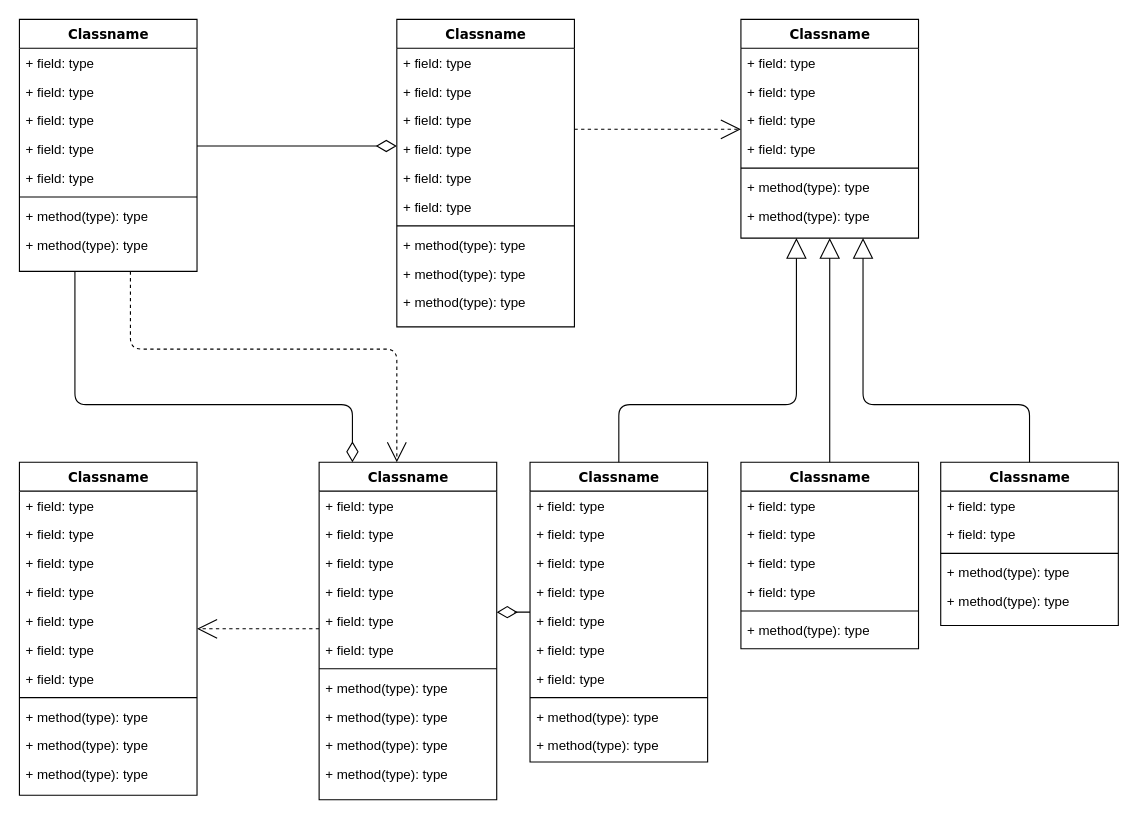
This is SmartBiz-DFD Diagram.drawio from Sandeep-Webnexus/SmartBiz-Sandeep, a draw.io file, before an edit. Source tidied: cells renumbered, new cells numbered last; positions are measured from the earlier drawing's top-left corner, leaving out a move shared by most shapes. Both pictures are drawn from the tidied source at 111%, with x=0, y=0 at pixel (19, 19).
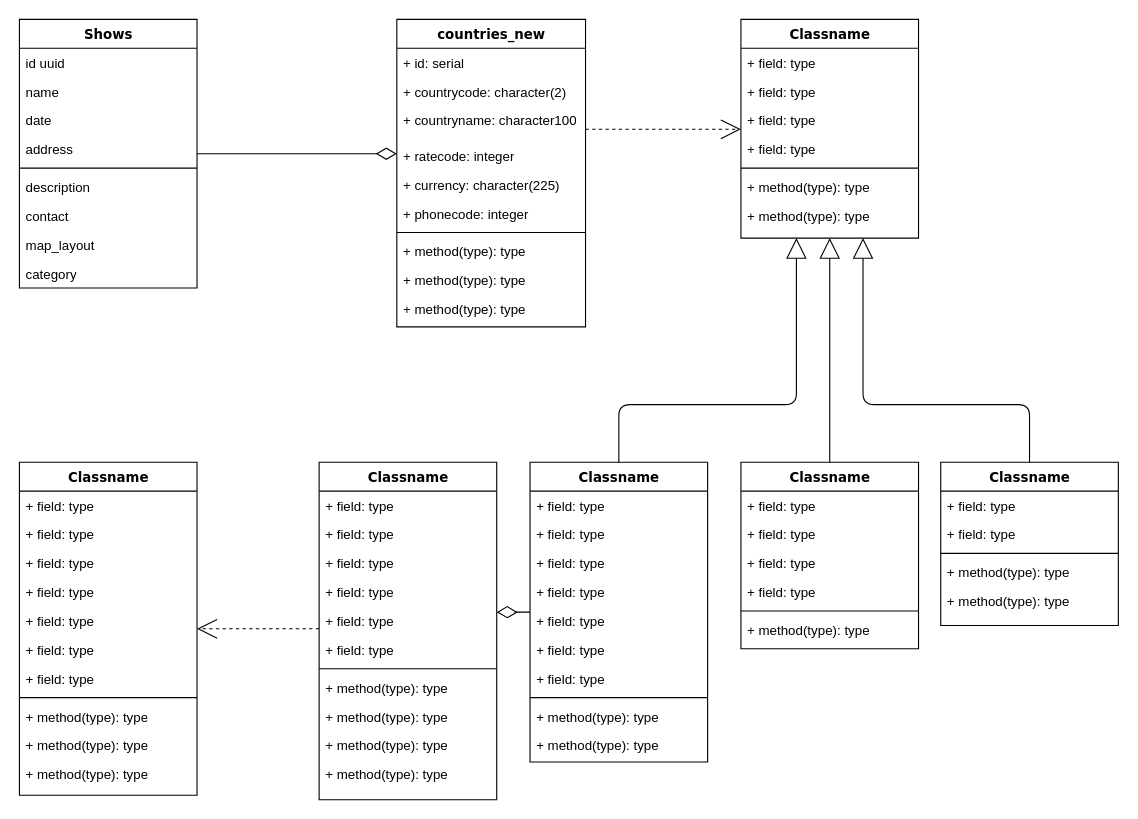
After the change.

Unchanged cells that the change refers to:
```xml
<mxCell id="47" value="Classname" style="swimlane;html=1;fontStyle=1;align=center;verticalAlign=top;horizontal=1;startSize=26;swimlaneFillColor=#ffffff;rounded=0;shadow=0;comic=0;labelBackgroundColor=none;strokeWidth=1;fillColor=none;fontFamily=Verdana;fontSize=12;" parent="1" vertex="1">
  <mxGeometry x="270" y="399" width="160" height="304" as="geometry" />
</mxCell>
```

Diff of the diagram source:
```diff
@@
-    <mxCell id="2" style="edgeStyle=orthogonalEdgeStyle;html=1;labelBackgroundColor=none;startFill=0;startSize=8;endArrow=open;endFill=0;endSize=16;fontFamily=Verdana;fontSize=12;dashed=1;" parent="1" edge="1" source="4" target="47">
-      <mxGeometry relative="1" as="geometry">
-        <Array as="points">
-          <mxPoint x="100" y="297" />
-          <mxPoint x="340" y="297" />
-        </Array>
-      </mxGeometry>
-    </mxCell>
-    <mxCell id="3" style="edgeStyle=orthogonalEdgeStyle;html=1;labelBackgroundColor=none;startFill=0;startSize=8;endArrow=diamondThin;endFill=0;endSize=16;fontFamily=Verdana;fontSize=12;" parent="1" edge="1" source="4" target="47">
-      <mxGeometry relative="1" as="geometry">
-        <Array as="points">
-          <mxPoint x="50" y="347" />
-          <mxPoint x="300" y="347" />
-        </Array>
-      </mxGeometry>
-    </mxCell>
-    <mxCell id="4" value="Classname" style="swimlane;html=1;fontStyle=1;align=center;verticalAlign=top;horizontal=1;startSize=26;swimlaneFillColor=#ffffff;rounded=0;shadow=0;comic=0;labelBackgroundColor=none;strokeWidth=1;fillColor=none;fontFamily=Verdana;fontSize=12;" parent="1" vertex="1">
-      <mxGeometry width="160" height="227" as="geometry" />
+    <mxCell id="4" value="Shows" style="swimlane;html=1;fontStyle=1;align=center;verticalAlign=top;horizontal=1;startSize=26;swimlaneFillColor=#ffffff;rounded=0;shadow=0;comic=0;labelBackgroundColor=none;strokeWidth=1;fillColor=none;fontFamily=Verdana;fontSize=12;" parent="1" vertex="1">
+      <mxGeometry width="160" height="242" as="geometry" />
     </mxCell>
-    <mxCell id="5" value="+ field: type" style="text;html=1;strokeColor=none;fillColor=none;align=left;verticalAlign=top;spacingLeft=4;spacingRight=4;whiteSpace=wrap;overflow=hidden;" parent="4" vertex="1">
-      <mxGeometry y="26" width="160" height="26" as="geometry" />
-    </mxCell>
-    <mxCell id="6" value="+ field: type" style="text;html=1;strokeColor=none;fillColor=none;align=left;verticalAlign=top;spacingLeft=4;spacingRight=4;whiteSpace=wrap;overflow=hidden;" parent="4" vertex="1">
-      <mxGeometry y="52" width="160" height="26" as="geometry" />
+    <mxCell id="6" value="id uuid" style="text;html=1;strokeColor=none;fillColor=none;align=left;verticalAlign=top;spacingLeft=4;spacingRight=4;whiteSpace=wrap;overflow=hidden;" parent="4" vertex="1">
+      <mxGeometry y="26" width="160" height="26" as="geometry" />
     </mxCell>
-    <mxCell id="7" value="+ field: type" style="text;html=1;strokeColor=none;fillColor=none;align=left;verticalAlign=top;spacingLeft=4;spacingRight=4;whiteSpace=wrap;overflow=hidden;" parent="4" vertex="1">
-      <mxGeometry y="78" width="160" height="26" as="geometry" />
+    <mxCell id="7" value="name" style="text;html=1;strokeColor=none;fillColor=none;align=left;verticalAlign=top;spacingLeft=4;spacingRight=4;whiteSpace=wrap;overflow=hidden;" parent="4" vertex="1">
+      <mxGeometry y="52" width="160" height="26" as="geometry" />
     </mxCell>
-    <mxCell id="8" value="+ field: type" style="text;html=1;strokeColor=none;fillColor=none;align=left;verticalAlign=top;spacingLeft=4;spacingRight=4;whiteSpace=wrap;overflow=hidden;" parent="4" vertex="1">
-      <mxGeometry y="104" width="160" height="26" as="geometry" />
+    <mxCell id="8" value="date" style="text;html=1;strokeColor=none;fillColor=none;align=left;verticalAlign=top;spacingLeft=4;spacingRight=4;whiteSpace=wrap;overflow=hidden;" parent="4" vertex="1">
+      <mxGeometry y="78" width="160" height="26" as="geometry" />
     </mxCell>
-    <mxCell id="9" value="+ field: type" style="text;html=1;strokeColor=none;fillColor=none;align=left;verticalAlign=top;spacingLeft=4;spacingRight=4;whiteSpace=wrap;overflow=hidden;" parent="4" vertex="1">
-      <mxGeometry y="130" width="160" height="26" as="geometry" />
+    <mxCell id="9" value="address" style="text;html=1;strokeColor=none;fillColor=none;align=left;verticalAlign=top;spacingLeft=4;spacingRight=4;whiteSpace=wrap;overflow=hidden;" parent="4" vertex="1">
+      <mxGeometry y="104" width="160" height="26" as="geometry" />
     </mxCell>
     <mxCell id="10" style="line;html=1;strokeWidth=1;fillColor=none;align=left;verticalAlign=middle;spacingTop=-1;spacingLeft=3;spacingRight=3;labelPosition=right;" parent="4" vertex="1">
-      <mxGeometry y="156" width="160" height="8" as="geometry" />
+      <mxGeometry y="130" width="160" height="8" as="geometry" />
     </mxCell>
-    <mxCell id="11" value="+ method(type): type" style="text;html=1;strokeColor=none;fillColor=none;align=left;verticalAlign=top;spacingLeft=4;spacingRight=4;whiteSpace=wrap;overflow=hidden;" parent="4" vertex="1">
-      <mxGeometry y="164" width="160" height="26" as="geometry" />
+    <mxCell id="11" value="description" style="text;html=1;strokeColor=none;fillColor=none;align=left;verticalAlign=top;spacingLeft=4;spacingRight=4;whiteSpace=wrap;overflow=hidden;" parent="4" vertex="1">
+      <mxGeometry y="138" width="160" height="26" as="geometry" />
     </mxCell>
-    <mxCell id="12" value="+ method(type): type" style="text;html=1;strokeColor=none;fillColor=none;align=left;verticalAlign=top;spacingLeft=4;spacingRight=4;whiteSpace=wrap;overflow=hidden;" parent="4" vertex="1">
-      <mxGeometry y="190" width="160" height="26" as="geometry" />
+    <mxCell id="12" value="contact" style="text;html=1;strokeColor=none;fillColor=none;align=left;verticalAlign=top;spacingLeft=4;spacingRight=4;whiteSpace=wrap;overflow=hidden;" parent="4" vertex="1">
+      <mxGeometry y="164" width="160" height="26" as="geometry" />
     </mxCell>
+    <mxCell id="87" value="map_layout" style="text;html=1;strokeColor=none;fillColor=none;align=left;verticalAlign=top;spacingLeft=4;spacingRight=4;whiteSpace=wrap;overflow=hidden;" parent="4" vertex="1">
+      <mxGeometry y="190" width="160" height="26" as="geometry" />
+    </mxCell>
+    <mxCell id="88" value="category" style="text;html=1;strokeColor=none;fillColor=none;align=left;verticalAlign=top;spacingLeft=4;spacingRight=4;whiteSpace=wrap;overflow=hidden;" parent="4" vertex="1">
+      <mxGeometry y="216" width="160" height="26" as="geometry" />
+    </mxCell>
@@
-    <mxCell id="14" value="Classname" style="swimlane;html=1;fontStyle=1;align=center;verticalAlign=top;horizontal=1;startSize=26;swimlaneFillColor=#ffffff;rounded=0;shadow=0;comic=0;labelBackgroundColor=none;strokeWidth=1;fillColor=none;fontFamily=Verdana;fontSize=12;" parent="1" vertex="1">
-      <mxGeometry x="340" width="160" height="277" as="geometry" />
+    <mxCell id="14" value="countries_new" style="swimlane;html=1;fontStyle=1;align=center;verticalAlign=top;horizontal=1;startSize=26;swimlaneFillColor=#ffffff;rounded=0;shadow=0;comic=0;labelBackgroundColor=none;strokeWidth=1;fillColor=none;fontFamily=Verdana;fontSize=12;" parent="1" vertex="1">
+      <mxGeometry x="340" width="170" height="277" as="geometry" />
     </mxCell>
-    <mxCell id="15" value="+ field: type" style="text;html=1;strokeColor=none;fillColor=none;align=left;verticalAlign=top;spacingLeft=4;spacingRight=4;whiteSpace=wrap;overflow=hidden;" parent="14" vertex="1">
-      <mxGeometry y="26" width="160" height="26" as="geometry" />
+    <mxCell id="15" value="+ id: serial" style="text;html=1;strokeColor=none;fillColor=none;align=left;verticalAlign=top;spacingLeft=4;spacingRight=4;whiteSpace=wrap;overflow=hidden;" parent="14" vertex="1">
+      <mxGeometry y="26" width="170" height="26" as="geometry" />
     </mxCell>
-    <mxCell id="16" value="+ field: type" style="text;html=1;strokeColor=none;fillColor=none;align=left;verticalAlign=top;spacingLeft=4;spacingRight=4;whiteSpace=wrap;overflow=hidden;" parent="14" vertex="1">
-      <mxGeometry y="52" width="160" height="26" as="geometry" />
+    <mxCell id="16" value="+ countrycode: character(2)" style="text;html=1;strokeColor=none;fillColor=none;align=left;verticalAlign=top;spacingLeft=4;spacingRight=4;whiteSpace=wrap;overflow=hidden;" parent="14" vertex="1">
+      <mxGeometry y="52" width="170" height="26" as="geometry" />
     </mxCell>
-    <mxCell id="17" value="+ field: type" style="text;html=1;strokeColor=none;fillColor=none;align=left;verticalAlign=top;spacingLeft=4;spacingRight=4;whiteSpace=wrap;overflow=hidden;" parent="14" vertex="1">
-      <mxGeometry y="78" width="160" height="26" as="geometry" />
+    <mxCell id="17" value="+ countryname: character100" style="text;html=1;strokeColor=none;fillColor=none;align=left;verticalAlign=top;spacingLeft=4;spacingRight=4;whiteSpace=wrap;overflow=hidden;" parent="14" vertex="1">
+      <mxGeometry y="78" width="170" height="32" as="geometry" />
     </mxCell>
-    <mxCell id="18" value="+ field: type" style="text;html=1;strokeColor=none;fillColor=none;align=left;verticalAlign=top;spacingLeft=4;spacingRight=4;whiteSpace=wrap;overflow=hidden;" parent="14" vertex="1">
-      <mxGeometry y="104" width="160" height="26" as="geometry" />
+    <mxCell id="18" value="+ ratecode: integer" style="text;html=1;strokeColor=none;fillColor=none;align=left;verticalAlign=top;spacingLeft=4;spacingRight=4;whiteSpace=wrap;overflow=hidden;" parent="14" vertex="1">
+      <mxGeometry y="110" width="170" height="26" as="geometry" />
     </mxCell>
-    <mxCell id="19" value="+ field: type" style="text;html=1;strokeColor=none;fillColor=none;align=left;verticalAlign=top;spacingLeft=4;spacingRight=4;whiteSpace=wrap;overflow=hidden;" parent="14" vertex="1">
-      <mxGeometry y="130" width="160" height="26" as="geometry" />
+    <mxCell id="19" value="+ currency: character(225)" style="text;html=1;strokeColor=none;fillColor=none;align=left;verticalAlign=top;spacingLeft=4;spacingRight=4;whiteSpace=wrap;overflow=hidden;" parent="14" vertex="1">
+      <mxGeometry y="136" width="170" height="26" as="geometry" />
     </mxCell>
-    <mxCell id="20" value="+ field: type" style="text;html=1;strokeColor=none;fillColor=none;align=left;verticalAlign=top;spacingLeft=4;spacingRight=4;whiteSpace=wrap;overflow=hidden;" parent="14" vertex="1">
-      <mxGeometry y="156" width="160" height="26" as="geometry" />
+    <mxCell id="20" value="+ phonecode: integer" style="text;html=1;strokeColor=none;fillColor=none;align=left;verticalAlign=top;spacingLeft=4;spacingRight=4;whiteSpace=wrap;overflow=hidden;" parent="14" vertex="1">
+      <mxGeometry y="162" width="170" height="26" as="geometry" />
     </mxCell>
     <mxCell id="21" style="line;html=1;strokeWidth=1;fillColor=none;align=left;verticalAlign=middle;spacingTop=-1;spacingLeft=3;spacingRight=3;labelPosition=right;" parent="14" vertex="1">
-      <mxGeometry y="182" width="160" height="8" as="geometry" />
+      <mxGeometry y="188" width="170" height="8" as="geometry" />
     </mxCell>
     <mxCell id="22" value="+ method(type): type" style="text;html=1;strokeColor=none;fillColor=none;align=left;verticalAlign=top;spacingLeft=4;spacingRight=4;whiteSpace=wrap;overflow=hidden;" parent="14" vertex="1">
-      <mxGeometry y="190" width="160" height="26" as="geometry" />
+      <mxGeometry y="196" width="170" height="26" as="geometry" />
     </mxCell>
     <mxCell id="23" value="+ method(type): type" style="text;html=1;strokeColor=none;fillColor=none;align=left;verticalAlign=top;spacingLeft=4;spacingRight=4;whiteSpace=wrap;overflow=hidden;" parent="14" vertex="1">
-      <mxGeometry y="216" width="160" height="26" as="geometry" />
+      <mxGeometry y="222" width="170" height="26" as="geometry" />
     </mxCell>
     <mxCell id="24" value="+ method(type): type" style="text;html=1;strokeColor=none;fillColor=none;align=left;verticalAlign=top;spacingLeft=4;spacingRight=4;whiteSpace=wrap;overflow=hidden;" parent="14" vertex="1">
-      <mxGeometry y="242" width="160" height="26" as="geometry" />
+      <mxGeometry y="248" width="170" height="26" as="geometry" />
     </mxCell>
```
